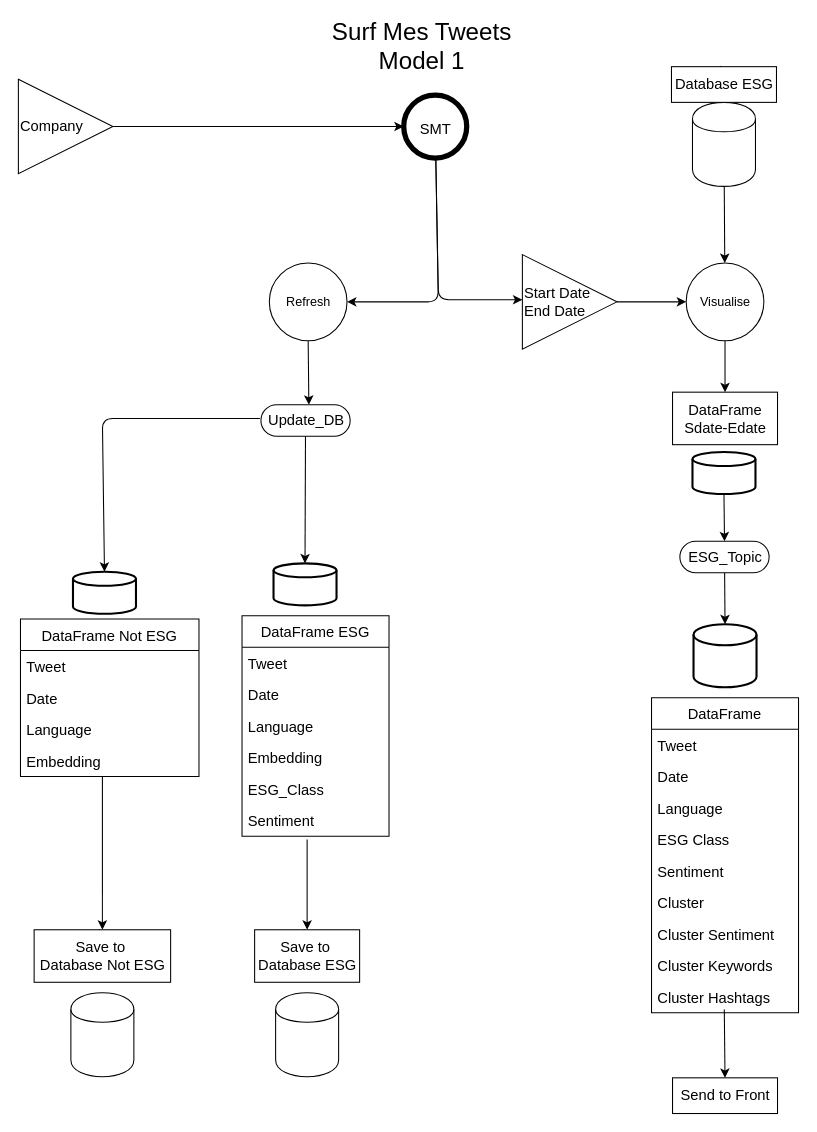
HusseinRR/Twitter-Sentiment-Analysis keeps this draw.io diagram as Model_1.drawio. Above is the earlier version. Source tidied: cells renumbered, new cells numbered last; positions are measured from the earlier drawing's top-left corner, leaving out a move shared by most shapes. Both pictures are drawn from the tidied source at 105%, with x=0, y=0 at pixel (18, 25).
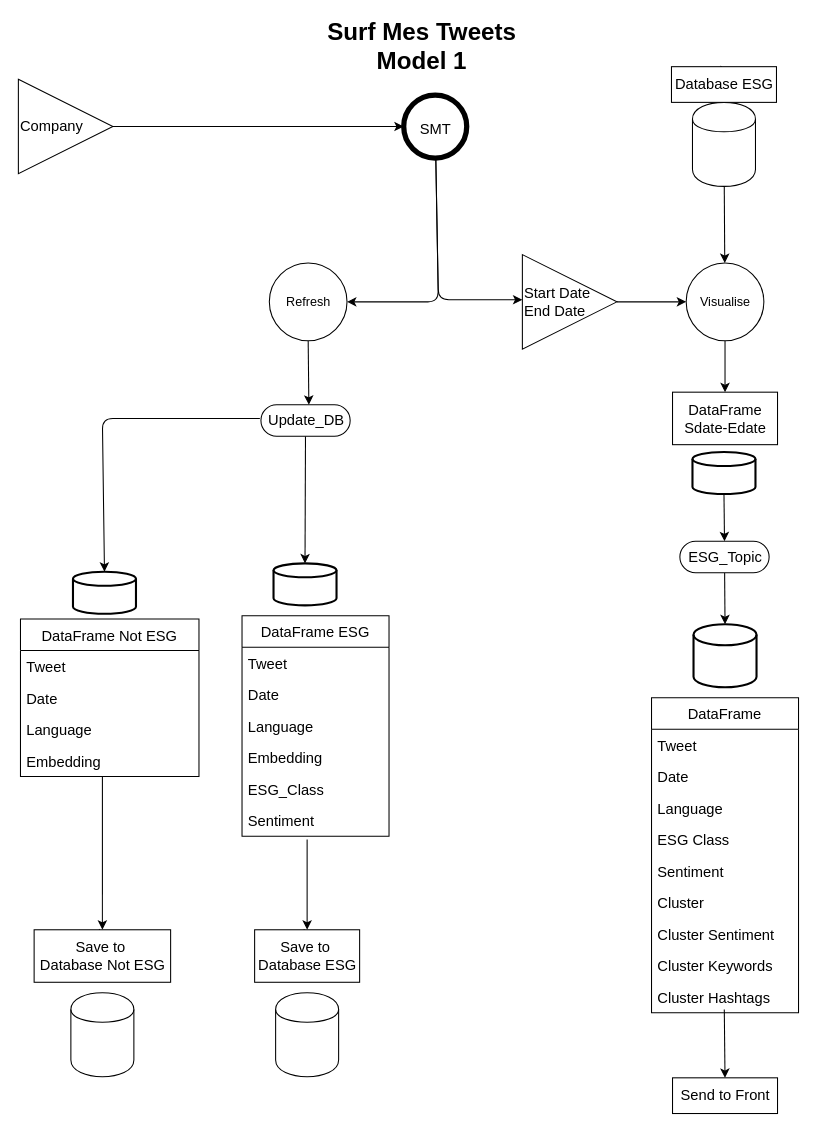
After the change.

Commit message (it also covers changes not shown here):
First model bug reviewed, english french

Diff of the diagram source:
```diff
@@
-    <mxCell id="2" value="&lt;font style=&quot;font-size: 23px&quot;&gt;Surf Mes Tweets&lt;br&gt;Model 1&lt;br&gt;&lt;/font&gt;" style="text;html=1;align=center;verticalAlign=middle;strokeColor=none;fillColor=none;" parent="1" vertex="1">
+    <mxCell id="2" value="&lt;font style=&quot;font-size: 23px&quot;&gt;&lt;b&gt;Surf Mes Tweets&lt;br&gt;Model 1&lt;/b&gt;&lt;br&gt;&lt;/font&gt;" style="text;html=1;align=center;verticalAlign=middle;strokeColor=none;fillColor=none;" parent="1" vertex="1">
       <mxGeometry x="289" width="190" height="40" as="geometry" />
     </mxCell>
```
